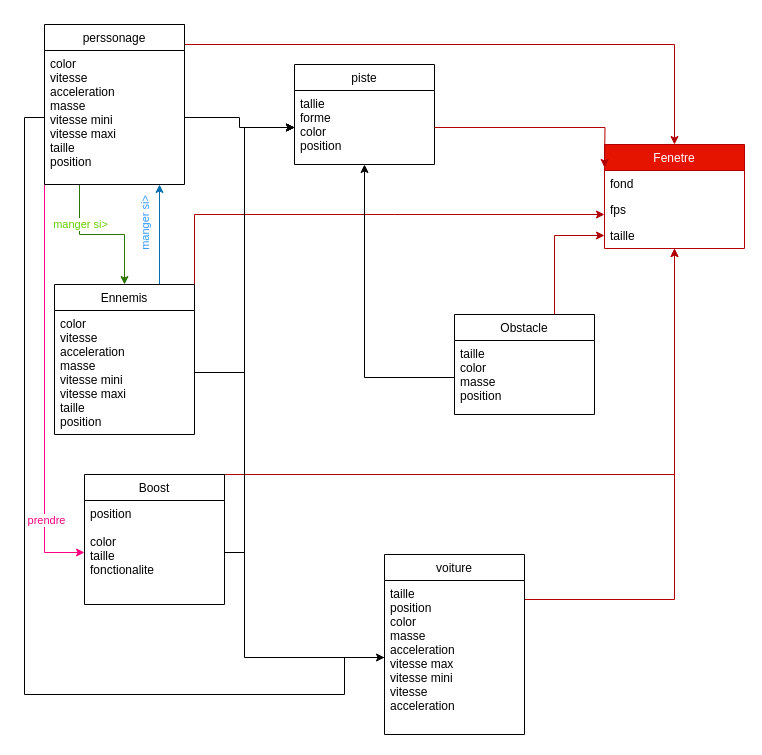
Earlier version of the draw.io diagram Untitled Diagram.drawio (MSIBABA/mariokart). Source tidied: cells renumbered, new cells numbered last; positions are measured from the earlier drawing's top-left corner, leaving out a move shared by most shapes. Both pictures are drawn from the tidied source at 100%, with x=0, y=0 at pixel (24, 24).
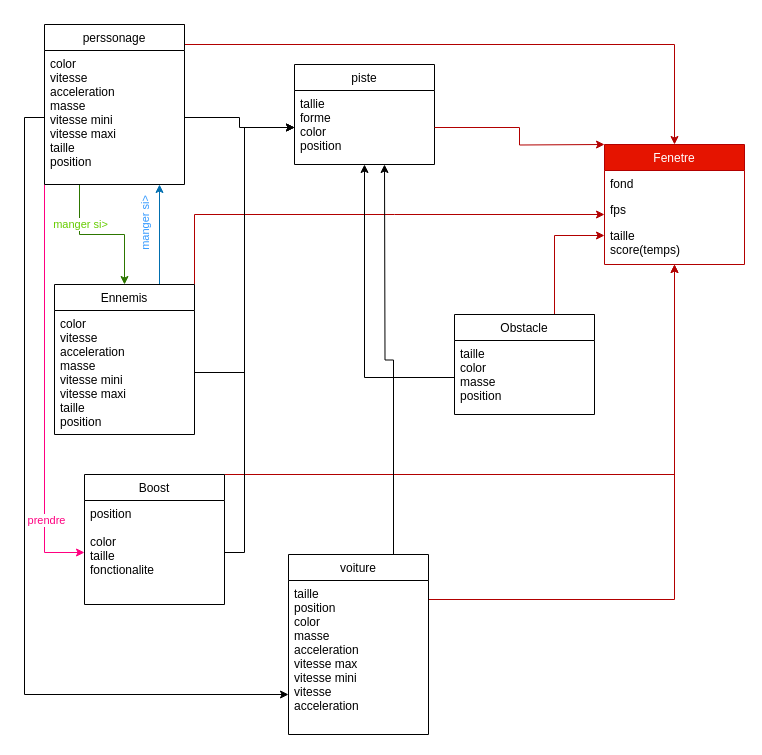
Above is the later version.

The change refers to these unchanged cells:
```xml
<mxCell id="22" value="tallie&#10;forme&#10;color&#10;position" style="text;strokeColor=none;fillColor=none;align=left;verticalAlign=top;spacingLeft=4;spacingRight=4;overflow=hidden;points=[[0,0.5],[1,0.5]];portConstraint=eastwest;" parent="21" vertex="1">
  <mxGeometry y="26" width="140" height="74" as="geometry" />
</mxCell>
<mxCell id="28" value="taille &#10;position&#10;color&#10;masse&#10;acceleration&#10;vitesse max&#10;vitesse mini&#10;vitesse&#10;acceleration&#10;" style="text;strokeColor=none;fillColor=none;align=left;verticalAlign=top;spacingLeft=4;spacingRight=4;overflow=hidden;points=[[0,0.5],[1,0.5]];portConstraint=eastwest;" parent="27" vertex="1">
  <mxGeometry y="26" width="140" height="154" as="geometry" />
</mxCell>
```

The edit, as a diff of the source:
```diff
@@
     <mxCell id="9" value="Fenetre" style="swimlane;fontStyle=0;horizontal=1;startSize=26;fillColor=#e51400;fontColor=#ffffff;strokeColor=#B20000;" parent="1" vertex="1">
-      <mxGeometry x="580" y="120" width="140" height="104" as="geometry" />
+      <mxGeometry x="580" y="120" width="140" height="120" as="geometry" />
     </mxCell>
@@
-    <mxCell id="12" value="taille" style="text;strokeColor=none;fillColor=none;align=left;verticalAlign=top;spacingLeft=4;spacingRight=4;overflow=hidden;points=[[0,0.5],[1,0.5]];portConstraint=eastwest;" parent="9" vertex="1">
-      <mxGeometry y="78" width="140" height="26" as="geometry" />
+    <mxCell id="12" value="taille&#10;score(temps)&#10;" style="text;strokeColor=none;fillColor=none;align=left;verticalAlign=top;spacingLeft=4;spacingRight=4;overflow=hidden;points=[[0,0.5],[1,0.5]];portConstraint=eastwest;" parent="9" vertex="1">
+      <mxGeometry y="78" width="140" height="42" as="geometry" />
     </mxCell>
@@
+    <mxCell id="36" style="edgeStyle=orthogonalEdgeStyle;rounded=0;jettySize=auto;html=1;exitX=0.75;exitY=0;exitDx=0;exitDy=0;fontColor=#FF0080;strokeColor=#000000;" parent="1" edge="1" source="27">
+      <mxGeometry relative="1" as="geometry">
+        <mxPoint x="360" y="140" as="targetPoint" />
+      </mxGeometry>
+    </mxCell>
     <mxCell id="27" value="voiture" style="swimlane;fontStyle=0;horizontal=1;startSize=26;fillColor=none;" parent="1" vertex="1">
-      <mxGeometry x="360" y="530" width="140" height="180" as="geometry" />
+      <mxGeometry x="264" y="530" width="140" height="180" as="geometry" />
     </mxCell>
@@
-    <mxCell id="33" style="edgeStyle=orthogonalEdgeStyle;rounded=0;jettySize=auto;html=1;exitX=0;exitY=0.5;exitDx=0;exitDy=0;entryX=0;entryY=0.5;entryDx=0;entryDy=0;" parent="1" edge="1" source="28" target="22">
-      <mxGeometry relative="1" as="geometry">
-        <Array as="points">
-          <mxPoint x="220" y="633" />
-          <mxPoint x="220" y="103" />
-        </Array>
-      </mxGeometry>
-    </mxCell>
@@
     <mxCell id="35" style="edgeStyle=orthogonalEdgeStyle;rounded=0;jettySize=auto;html=1;exitX=1;exitY=0.5;exitDx=0;exitDy=0;fillColor=#e51400;strokeColor=#B20000;" parent="1" edge="1" source="22">
       <mxGeometry relative="1" as="geometry">
-        <mxPoint x="580" y="143" as="targetPoint" />
+        <mxPoint x="580" y="120" as="targetPoint" />
       </mxGeometry>
     </mxCell>
```
